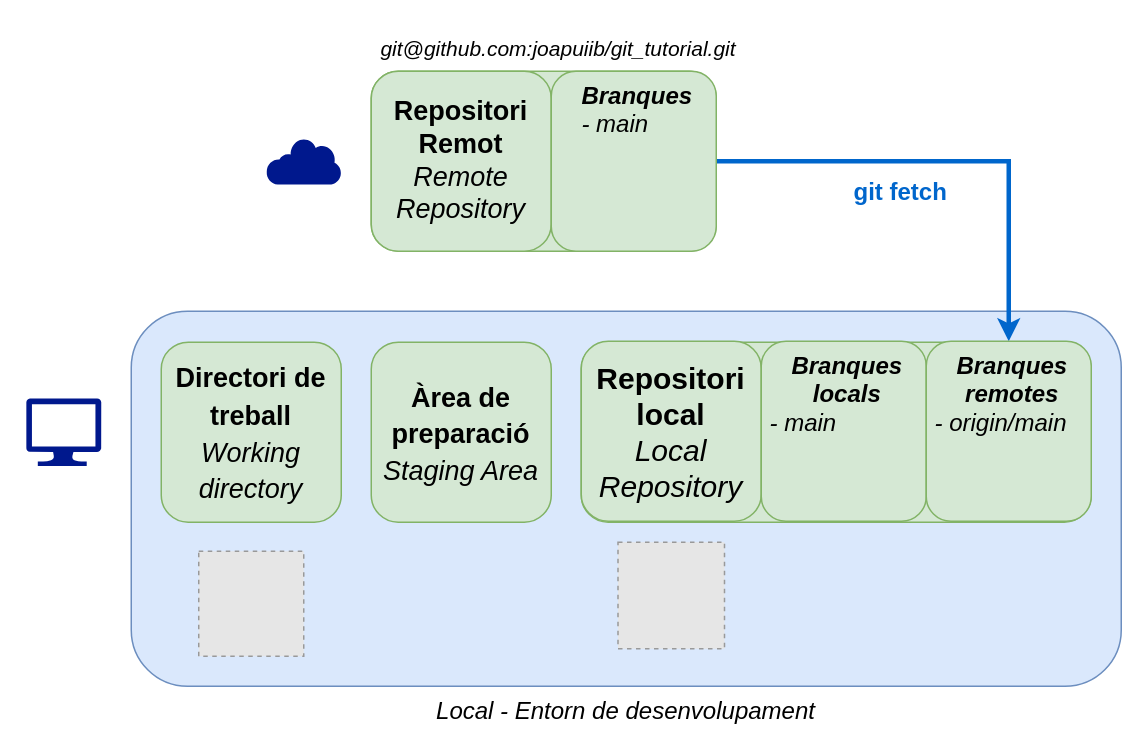
This is docs/apunts/img/remots/fetch.drawio from joapuiib/curs-git, a draw.io file, before an edit. Source tidied: cells renumbered, new cells numbered last; positions are measured from the earlier drawing's top-left corner, leaving out a move shared by most shapes. Both pictures are drawn from the tidied source at 150%, with x=0, y=0 at pixel (26, 26). Pictures stored in the file or linked from it are replaced by grey dashed boxes.
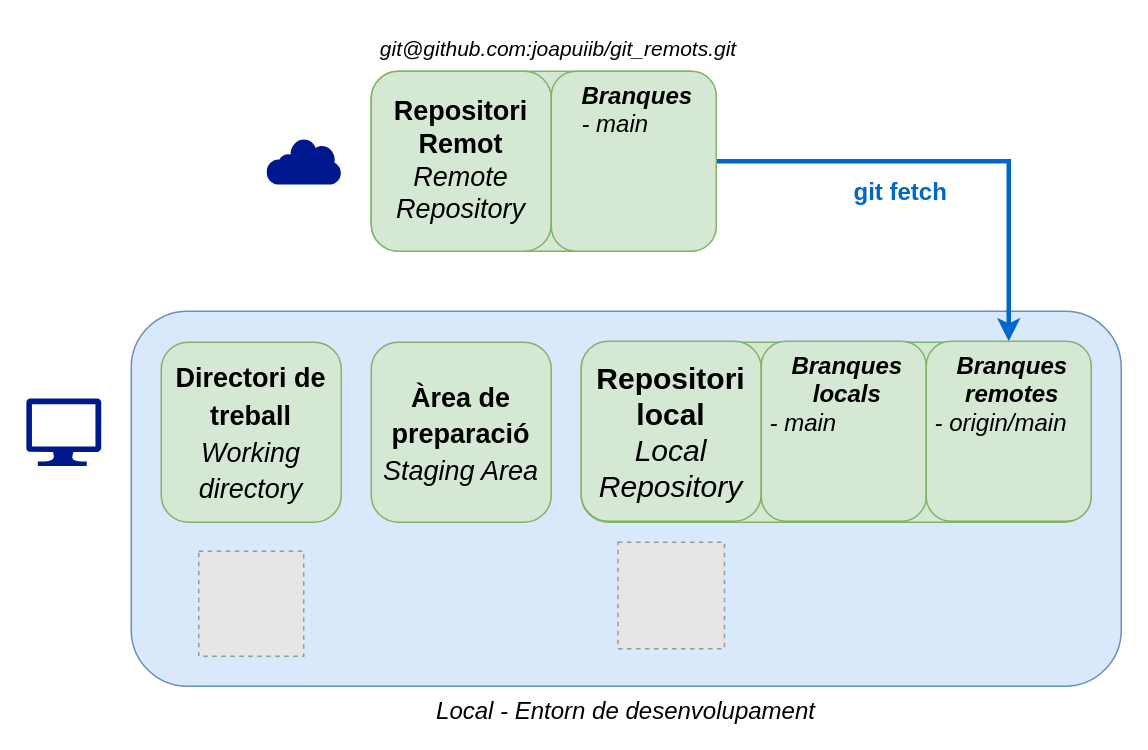
The same page after the edit.

Commit message (it also covers changes not shown here):
bloc 3: fetch

Diff of the diagram source:
```diff
@@
 <mxGraphModel>
   <root>
     <mxCell id="0" />
     <mxCell id="1" parent="0" />
     <mxCell id="2" value="&lt;i&gt;Local - Entorn de desenvolupament&lt;/i&gt;" style="rounded=1;whiteSpace=wrap;html=1;verticalAlign=top;labelPosition=center;verticalLabelPosition=bottom;align=center;textDirection=ltr;labelBackgroundColor=none;spacingTop=0;spacing=2;fontSize=16;fillColor=#dae8fc;strokeColor=#6c8ebf;" parent="1" vertex="1">
       <mxGeometry x="70" y="190" width="660" height="250" as="geometry" />
     </mxCell>
     <mxCell id="3" style="sketch=0;shadow=0;dashed=0;html=1;strokeColor=none;labelPosition=center;verticalLabelPosition=bottom;verticalAlign=top;align=center;fillColor=#00188D;shape=mxgraph.mscae.enterprise.internet;" parent="1" vertex="1">
       <mxGeometry x="160" y="74.5" width="50" height="31" as="geometry" />
     </mxCell>
     <mxCell id="4" style="rounded=1;whiteSpace=wrap;html=1;fontSize=20;fillColor=#d5e8d4;strokeColor=#82b366;" parent="1" vertex="1">
       <mxGeometry x="230" y="30" width="230" height="120" as="geometry" />
     </mxCell>
     <mxCell id="5" style="sketch=0;shadow=0;dashed=0;html=1;strokeColor=none;labelPosition=center;verticalLabelPosition=bottom;verticalAlign=top;align=center;fillColor=#00188D;shape=mxgraph.azure.computer;" parent="1" vertex="1">
       <mxGeometry y="248.1" width="50" height="45" as="geometry" />
     </mxCell>
     <mxCell id="6" value="&lt;b style=&quot;font-size: 18px;&quot;&gt;Repositori Remot&lt;/b&gt;&lt;br style=&quot;font-size: 18px;&quot;&gt;&lt;i style=&quot;font-size: 18px;&quot;&gt;Remote Repository&lt;/i&gt;" style="rounded=1;whiteSpace=wrap;html=1;fontSize=18;fillColor=#d5e8d4;strokeColor=#82b366;" parent="1" vertex="1">
       <mxGeometry x="230" y="30" width="120" height="120" as="geometry" />
     </mxCell>
     <mxCell id="7" value="&lt;span style=&quot;font-size: 16px;&quot;&gt;git fetch&lt;/span&gt;" style="edgeStyle=orthogonalEdgeStyle;rounded=0;jettySize=auto;html=1;exitX=0.5;exitY=0;exitDx=0;exitDy=0;labelPosition=right;verticalLabelPosition=middle;align=left;verticalAlign=middle;entryX=1;entryY=0.5;entryDx=0;entryDy=0;endArrow=none;endFill=0;startArrow=classic;startFill=1;strokeWidth=3;fontStyle=1;fontColor=#0066CC;fillColor=#dae8fc;strokeColor=#0066CC;" parent="1" edge="1" source="17" target="16">
       <mxGeometry x="0.43" y="20" relative="1" as="geometry" />
     </mxCell>
     <mxCell id="8" style="rounded=1;whiteSpace=wrap;html=1;fontSize=20;fillColor=#d5e8d4;strokeColor=#82b366;" parent="1" vertex="1">
       <mxGeometry x="370" y="210.6" width="340" height="120" as="geometry" />
     </mxCell>
     <mxCell id="9" value="&lt;b&gt;Repositori local&lt;/b&gt;&lt;i&gt;&lt;br&gt;Local Repository&lt;/i&gt;" style="rounded=1;whiteSpace=wrap;html=1;fontSize=20;fillColor=#d5e8d4;strokeColor=#82b366;" parent="1" vertex="1">
       <mxGeometry x="370" y="210" width="120" height="120" as="geometry" />
     </mxCell>
     <mxCell id="10" value="&lt;b style=&quot;border-color: var(--border-color); font-size: 18px;&quot;&gt;Àrea de preparació&lt;/b&gt;&lt;br style=&quot;border-color: var(--border-color); font-size: 18px;&quot;&gt;&lt;i style=&quot;border-color: var(--border-color); font-size: 18px;&quot;&gt;Staging Area&lt;/i&gt;" style="rounded=1;whiteSpace=wrap;html=1;fontSize=20;fillColor=#d5e8d4;strokeColor=#82b366;" parent="1" vertex="1">
       <mxGeometry x="230" y="210.6" width="120" height="120" as="geometry" />
     </mxCell>
     <mxCell id="11" value="&lt;b style=&quot;border-color: var(--border-color); font-size: 18px;&quot;&gt;Directori de treball&lt;/b&gt;&lt;br style=&quot;border-color: var(--border-color); font-size: 18px;&quot;&gt;&lt;i style=&quot;border-color: var(--border-color); font-size: 18px;&quot;&gt;Working directory&lt;/i&gt;" style="rounded=1;whiteSpace=wrap;html=1;fontSize=20;fillColor=#d5e8d4;strokeColor=#82b366;" parent="1" vertex="1">
       <mxGeometry x="90" y="210.6" width="120" height="120" as="geometry" />
     </mxCell>
     <mxCell id="12" style="fillColor=#E6E6E6;strokeColor=#999999;dashed=1;verticalLabelPosition=bottom;verticalAlign=top;" parent="1" vertex="1">
       <mxGeometry x="115" y="350" width="70" height="70" as="geometry" />
     </mxCell>
     <mxCell id="13" style="fillColor=#E6E6E6;strokeColor=#999999;dashed=1;verticalLabelPosition=bottom;verticalAlign=top;" parent="1" vertex="1">
       <mxGeometry x="394.5" y="344" width="71" height="71" as="geometry" />
     </mxCell>
-    <mxCell id="14" value="git@github.com:joapuiib/git_tutorial.git" style="text;html=1;strokeColor=none;fillColor=none;align=center;verticalAlign=middle;whiteSpace=wrap;rounded=0;fontSize=14;fontStyle=2;" parent="1" vertex="1">
+    <mxCell id="14" value="git@github.com:joapuiib/git_remots.git" style="text;html=1;strokeColor=none;fillColor=none;align=center;verticalAlign=middle;whiteSpace=wrap;rounded=0;fontSize=14;fontStyle=2;" parent="1" vertex="1">
       <mxGeometry x="175" width="360" height="30" as="geometry" />
     </mxCell>
     <mxCell id="15" value="&lt;i style=&quot;&quot;&gt;&lt;b style=&quot;font-size: 16px;&quot;&gt;Branques locals&lt;/b&gt;&lt;br style=&quot;font-size: 16px;&quot;&gt;&lt;div style=&quot;text-align: left;&quot;&gt;&lt;span style=&quot;background-color: initial;&quot;&gt;- main&lt;/span&gt;&lt;br&gt;&lt;/div&gt;&lt;/i&gt;" style="rounded=1;whiteSpace=wrap;html=1;fontSize=16;fillColor=#d5e8d4;strokeColor=#82b366;verticalAlign=top;spacingLeft=5;" parent="1" vertex="1">
       <mxGeometry x="490" y="210" width="110" height="120" as="geometry" />
     </mxCell>
     <mxCell id="16" value="&lt;i style=&quot;&quot;&gt;&lt;b style=&quot;font-size: 16px;&quot;&gt;Branques&lt;/b&gt;&lt;br style=&quot;font-size: 16px;&quot;&gt;&lt;div style=&quot;text-align: left;&quot;&gt;&lt;span style=&quot;background-color: initial;&quot;&gt;- main&lt;/span&gt;&lt;br&gt;&lt;/div&gt;&lt;/i&gt;" style="rounded=1;whiteSpace=wrap;html=1;fontSize=16;fillColor=#d5e8d4;strokeColor=#82b366;verticalAlign=top;spacingLeft=5;" parent="1" vertex="1">
       <mxGeometry x="350" y="30" width="110" height="120" as="geometry" />
     </mxCell>
     <mxCell id="17" value="&lt;i style=&quot;&quot;&gt;&lt;b style=&quot;font-size: 16px;&quot;&gt;Branques remotes&lt;/b&gt;&lt;br style=&quot;font-size: 16px;&quot;&gt;&lt;div style=&quot;text-align: left;&quot;&gt;&lt;span style=&quot;background-color: initial;&quot;&gt;- origin/main&lt;/span&gt;&lt;br&gt;&lt;/div&gt;&lt;/i&gt;" style="rounded=1;whiteSpace=wrap;html=1;fontSize=16;fillColor=#d5e8d4;strokeColor=#82b366;verticalAlign=top;spacingLeft=5;" parent="1" vertex="1">
       <mxGeometry x="600" y="210" width="110" height="120" as="geometry" />
     </mxCell>
   </root>
 </mxGraphModel>
```
